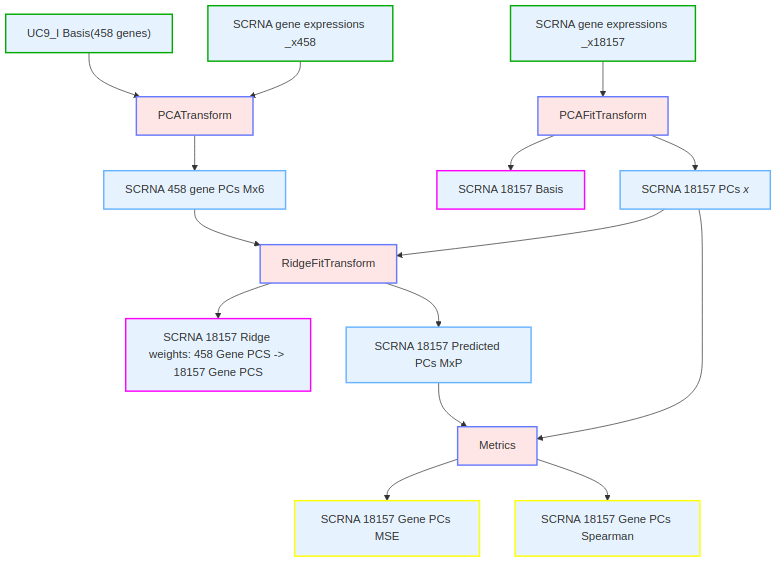
Above: mermaid/SCRNA_calibration.png in catskillsresearch/broad-3-catskills (Mermaid), before the change. Its source is kept beside it as mermaid/SCRNA_calibration.mmd. The source it was exported from:
```mermaid
%%{init: {'themeVariables': {'nodeTextColor':'#000'}}}%%
flowchart TD
    classDef data fill:#e6f3ff,stroke:#66b3ff,stroke-width:2px
    classDef op fill:#ffe6e6,stroke:#667aff,stroke-width:2px,shape:round-rect
    classDef inputData fill:#e6f3ff,stroke:#00AA00,stroke-width:2px
    classDef outputData fill:#e6f3ff,stroke:#FF00FF,stroke-width:2px
    classDef outputMetric fill:#e6f3ff,stroke:#FFFF00,stroke-width:2px

    data9["UC9_I Basis(458 genes)"]:::inputData

    data15["SCRNA gene expressions _x458"]:::inputData
    data16["SCRNA gene expressions _x18157"]:::inputData

    op11["PCATransform"]:::op
    data9 & data15 --> op11
    data18["SCRNA 458 gene PCs Mx6"]:::data
    op11 --> data18
    op12["PCAFitTransform"]:::op
    data16 --> op12
    data19["SCRNA 18157 Basis"]:::outputData
    data20["SCRNA 18157 PCs _x_"]:::data
    op12 --> data20 & data19
    op13["RidgeFitTransform"]:::op
    data22["SCRNA 18157 Ridge weights: 458 Gene PCS -> 18157 Gene PCS"]:::outputData
    data21["SCRNA 18157 Predicted PCs MxP"]:::data
    data18 & data20 --> op13 --> data21 & data22
    op14["Metrics"]:::op
    data21 & data20 --> op14
    data23["SCRNA 18157 Gene PCs MSE"]:::outputMetric
    data24["SCRNA 18157 Gene PCs Spearman"]:::outputMetric
    op14 --> data23 & data24
```
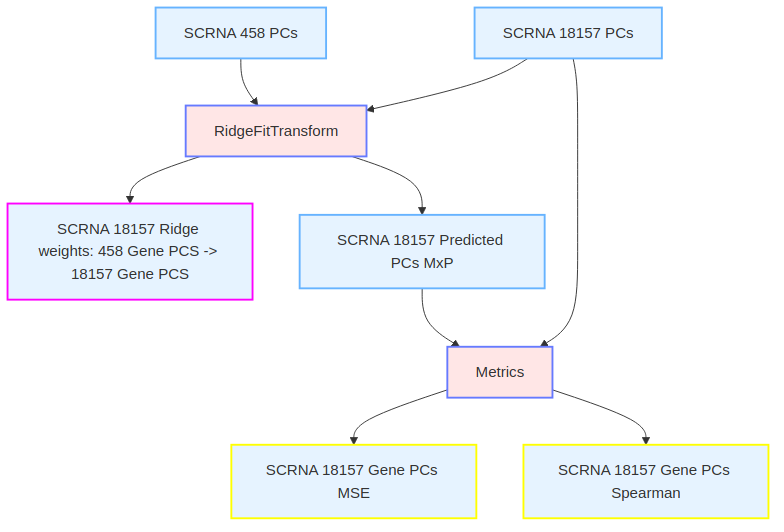
After the commit.

Change to the diagram source:
```diff
@@ -5,25 +5,13 @@
     classDef inputData fill:#e6f3ff,stroke:#00AA00,stroke-width:2px
     classDef outputData fill:#e6f3ff,stroke:#FF00FF,stroke-width:2px
     classDef outputMetric fill:#e6f3ff,stroke:#FFFF00,stroke-width:2px
+    data20a["SCRNA 458 PCs"]:::data
+    data20["SCRNA 18157 PCs"]:::data
 
-    data9["UC9_I Basis(458 genes)"]:::inputData
-
-    data15["SCRNA gene expressions _x458"]:::inputData
-    data16["SCRNA gene expressions _x18157"]:::inputData
-
-    op11["PCATransform"]:::op
-    data9 & data15 --> op11
-    data18["SCRNA 458 gene PCs Mx6"]:::data
-    op11 --> data18
-    op12["PCAFitTransform"]:::op
-    data16 --> op12
-    data19["SCRNA 18157 Basis"]:::outputData
-    data20["SCRNA 18157 PCs _x_"]:::data
-    op12 --> data20 & data19
     op13["RidgeFitTransform"]:::op
     data22["SCRNA 18157 Ridge weights: 458 Gene PCS -> 18157 Gene PCS"]:::outputData
     data21["SCRNA 18157 Predicted PCs MxP"]:::data
-    data18 & data20 --> op13 --> data21 & data22
+    data20a & data20 --> op13 --> data21 & data22
     op14["Metrics"]:::op
     data21 & data20 --> op14
     data23["SCRNA 18157 Gene PCs MSE"]:::outputMetric
```
